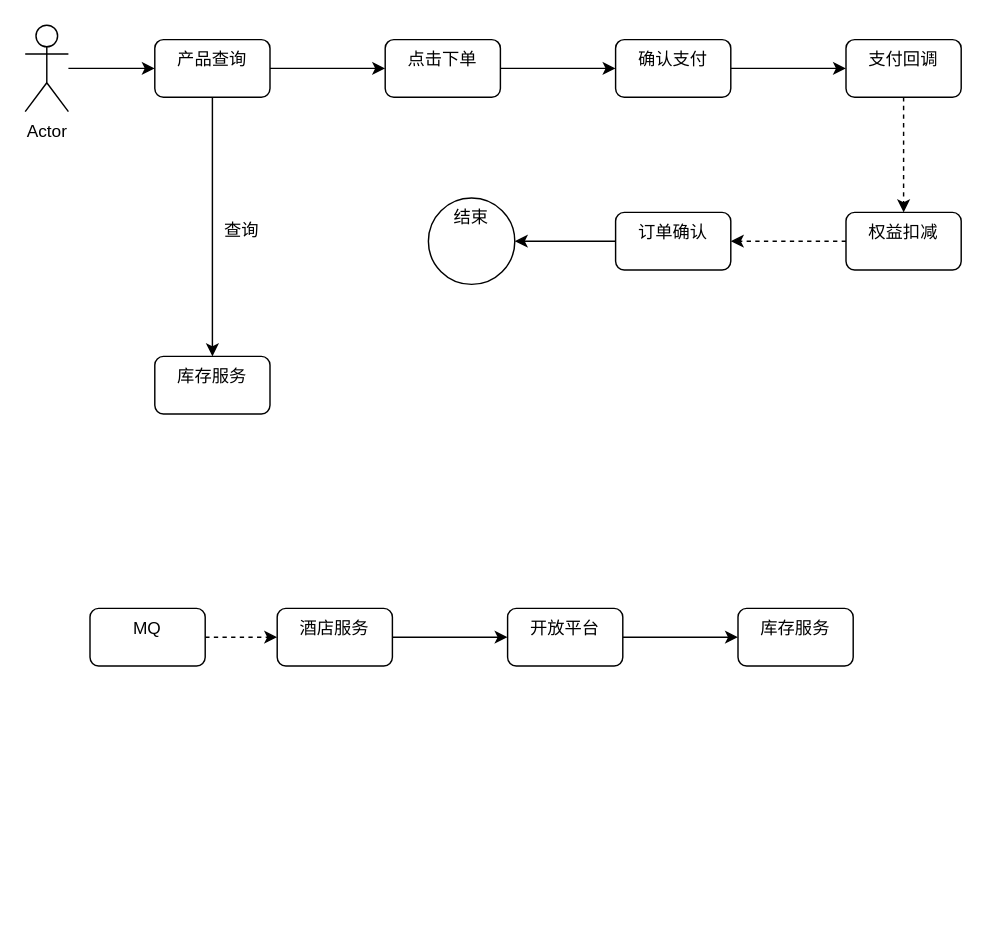
VilaNan/tsxxx.github.io keeps this draw.io diagram as page "第 2 页" (2 of 3) of 晋升.drawio. Above is the earlier version. Source tidied: cells renumbered, new cells numbered last; positions are measured from the earlier drawing's top-left corner, leaving out a move shared by most shapes. Both pictures are drawn from the tidied source at 144%, with x=0, y=0 at pixel (24, 24).
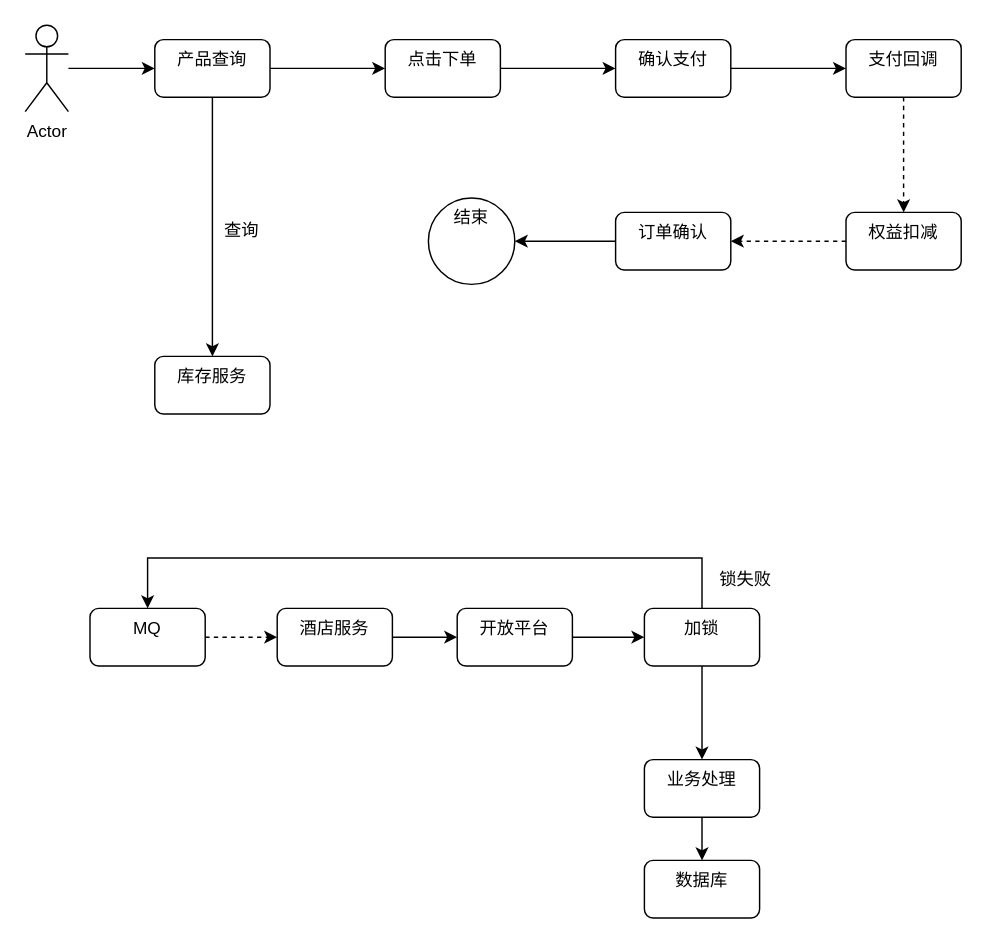
The same page after the edit.

The change refers to these unchanged cells:
```xml
<mxCell id="20" value="MQ" style="rounded=1;whiteSpace=wrap;html=1;verticalAlign=top;" parent="1" vertex="1">
  <mxGeometry x="45" y="405" width="80" height="40" as="geometry" />
</mxCell>
```

What changed in the source:
```diff
@@
     <mxCell id="25" value="开放平台" style="rounded=1;whiteSpace=wrap;html=1;verticalAlign=top;" parent="1" vertex="1">
-      <mxGeometry x="335" y="405" width="80" height="40" as="geometry" />
+      <mxGeometry x="300" y="405" width="80" height="40" as="geometry" />
     </mxCell>
+    <mxCell id="27" style="edgeStyle=orthogonalEdgeStyle;rounded=0;jettySize=auto;html=1;" parent="1" edge="1" source="26" target="30">
+      <mxGeometry relative="1" as="geometry" />
+    </mxCell>
+    <mxCell id="28" style="edgeStyle=orthogonalEdgeStyle;rounded=0;jettySize=auto;html=1;entryX=0.5;entryY=0;entryDx=0;entryDy=0;" parent="1" edge="1" source="26" target="20">
+      <mxGeometry relative="1" as="geometry">
+        <Array as="points">
+          <mxPoint x="470" y="370" />
+          <mxPoint x="85" y="370" />
+        </Array>
+      </mxGeometry>
+    </mxCell>
-    <mxCell id="26" value="库存服务" style="rounded=1;whiteSpace=wrap;html=1;verticalAlign=top;" parent="1" vertex="1">
-      <mxGeometry x="495" y="405" width="80" height="40" as="geometry" />
+    <mxCell id="26" value="加锁" style="rounded=1;whiteSpace=wrap;html=1;verticalAlign=top;" parent="1" vertex="1">
+      <mxGeometry x="430" y="405" width="80" height="40" as="geometry" />
     </mxCell>
+    <mxCell id="29" style="edgeStyle=orthogonalEdgeStyle;rounded=0;jettySize=auto;html=1;" parent="1" edge="1" source="30" target="31">
+      <mxGeometry relative="1" as="geometry" />
+    </mxCell>
+    <mxCell id="30" value="业务处理" style="rounded=1;whiteSpace=wrap;html=1;verticalAlign=top;" parent="1" vertex="1">
+      <mxGeometry x="430" y="510" width="80" height="40" as="geometry" />
+    </mxCell>
+    <mxCell id="31" value="数据库" style="rounded=1;whiteSpace=wrap;html=1;verticalAlign=top;" parent="1" vertex="1">
+      <mxGeometry x="430" y="580" width="80" height="40" as="geometry" />
+    </mxCell>
+    <mxCell id="32" value="锁失败" style="text;html=1;align=center;verticalAlign=middle;strokeColor=none;fillColor=none;" parent="1" vertex="1">
+      <mxGeometry x="470" y="370" width="60" height="30" as="geometry" />
+    </mxCell>
```
